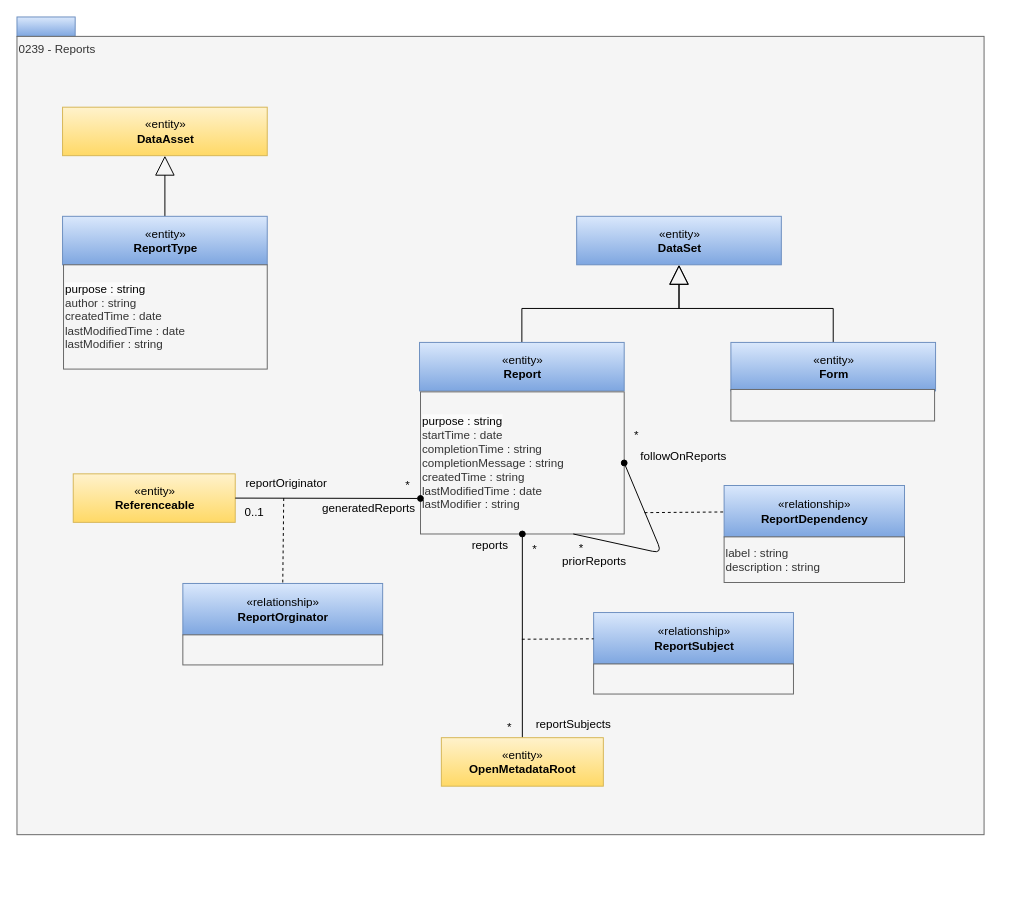
Before: page "0239-Reports" (20 of 25) of site/docs/types/2/area-2-assets.drawio in odpi/egeria-docs, a draw.io diagram. Source tidied: cells renumbered, new cells numbered last; positions are measured from the earlier drawing's top-left corner, leaving out a move shared by most shapes. Both pictures are drawn from the tidied source at 97%, with x=0, y=0 at pixel (16, 16).
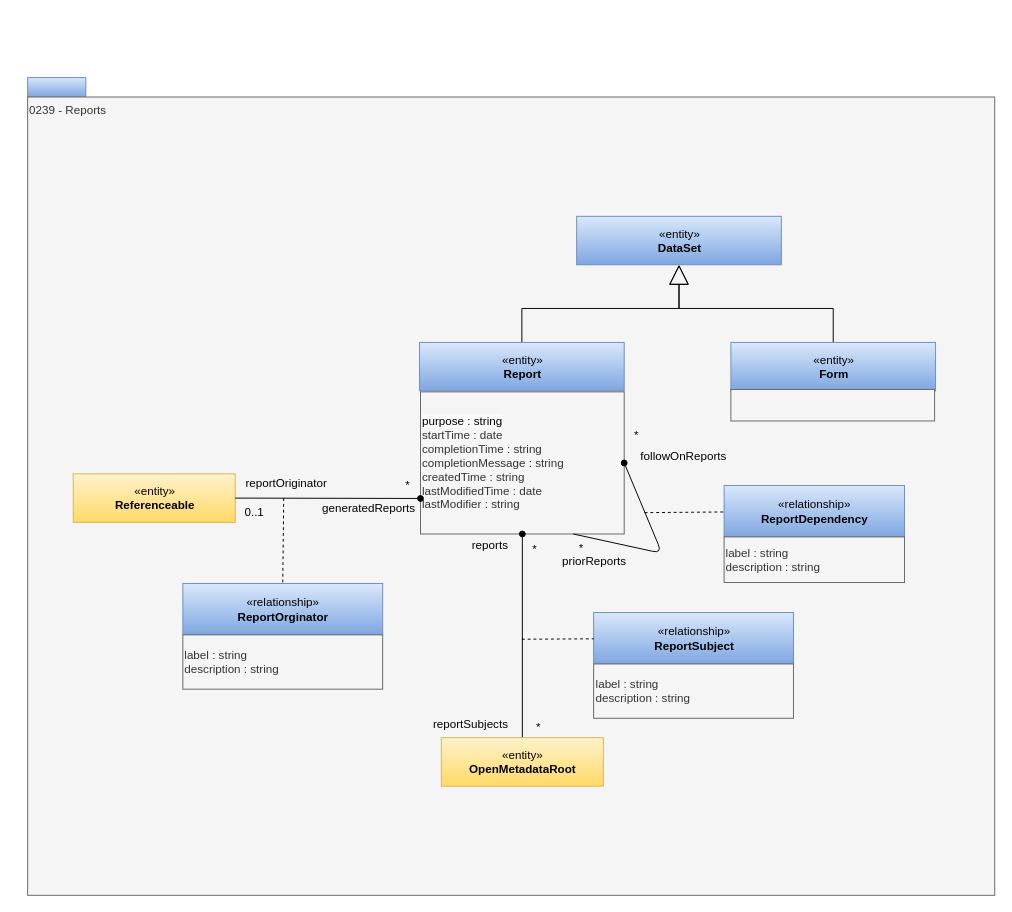
The same diagram, later.

The edit, as a diff of the source:
```diff
@@
     <mxCell id="2" style="rounded=0;whiteSpace=wrap;html=1;align=left;fillColor=#dae8fc;strokeColor=#6c8ebf;gradientColor=#7ea6e0;" parent="1" vertex="1">
-      <mxGeometry width="60" height="20" as="geometry" />
+      <mxGeometry x="11" y="62.5" width="60" height="20" as="geometry" />
     </mxCell>
     <mxCell id="3" value="0239 - Reports" style="rounded=0;whiteSpace=wrap;html=1;align=left;verticalAlign=top;fillColor=#f5f5f5;fontColor=#333333;strokeColor=#666666;" parent="1" vertex="1">
-      <mxGeometry y="20" width="997" height="823" as="geometry" />
+      <mxGeometry x="11" y="82.5" width="997" height="823" as="geometry" />
     </mxCell>
@@
-    <mxCell id="11" style="edgeStyle=orthogonalEdgeStyle;rounded=0;jettySize=auto;html=1;exitX=0.5;exitY=0;exitDx=0;exitDy=0;strokeWidth=1;endArrow=block;endFill=0;endSize=18;" parent="1" edge="1" source="12" target="14">
-      <mxGeometry relative="1" as="geometry" />
-    </mxCell>
-    <mxCell id="12" value="«entity»&lt;br&gt;&lt;b&gt;ReportType&lt;/b&gt;" style="html=1;strokeColor=#6c8ebf;align=center;fillColor=#dae8fc;gradientColor=#7ea6e0;" parent="1" vertex="1">
-      <mxGeometry x="47" y="205.5" width="211" height="50" as="geometry" />
-    </mxCell>
-    <mxCell id="13" value="&lt;div&gt;&lt;span style=&quot;color: rgb(0, 0, 0); background-color: rgb(251, 251, 251);&quot;&gt;purpose : string&lt;/span&gt;&lt;br style=&quot;color: rgb(0, 0, 0);&quot;&gt;author : string&lt;br&gt;createdTime : date&lt;br&gt;lastModifiedTime : date&lt;br&gt;lastModifier : string&lt;/div&gt;" style="rounded=0;whiteSpace=wrap;html=1;strokeColor=#666666;align=left;fillColor=#f5f5f5;fontColor=#333333;" parent="1" vertex="1">
-      <mxGeometry x="48" y="255.5" width="210" height="107.5" as="geometry" />
-    </mxCell>
-    <mxCell id="14" value="«entity»&lt;br&gt;&lt;b&gt;DataAsset&lt;/b&gt;" style="html=1;strokeColor=#d6b656;align=center;fillColor=#fff2cc;gradientColor=#ffd966;" parent="1" vertex="1">
-      <mxGeometry x="47" y="93" width="211" height="50" as="geometry" />
-    </mxCell>
@@
     <mxCell id="18" value="*" style="text;html=1;strokeColor=none;fillColor=none;align=center;verticalAlign=middle;whiteSpace=wrap;rounded=0;" parent="1" vertex="1">
-      <mxGeometry x="495" y="723" width="25.5" height="20" as="geometry" />
+      <mxGeometry x="524.5" y="723" width="25.5" height="20" as="geometry" />
     </mxCell>
@@
-    <mxCell id="20" style="rounded=0;whiteSpace=wrap;html=1;strokeColor=#666666;align=center;fillColor=#f5f5f5;fontColor=#333333;" parent="1" vertex="1">
-      <mxGeometry x="171" y="637" width="206" height="31" as="geometry" />
+    <mxCell id="20" value="label : string&lt;div&gt;description : string&lt;/div&gt;" style="rounded=0;whiteSpace=wrap;html=1;strokeColor=#666666;align=left;fillColor=#f5f5f5;fontColor=#333333;" parent="1" vertex="1">
+      <mxGeometry x="171" y="637" width="206" height="56" as="geometry" />
     </mxCell>
@@
     <mxCell id="24" value="reportSubjects" style="text;html=1;strokeColor=none;fillColor=none;align=center;verticalAlign=middle;whiteSpace=wrap;rounded=0;" parent="1" vertex="1">
-      <mxGeometry x="520.5" y="719" width="105.5" height="20" as="geometry" />
+      <mxGeometry x="415" y="719" width="105.5" height="20" as="geometry" />
     </mxCell>
@@
-    <mxCell id="27" style="rounded=0;whiteSpace=wrap;html=1;strokeColor=#666666;align=center;fillColor=#f5f5f5;fontColor=#333333;" parent="1" vertex="1">
-      <mxGeometry x="594.5" y="667" width="206" height="31" as="geometry" />
-    </mxCell>
@@
+    <mxCell id="41" value="label : string&lt;div&gt;description : string&lt;/div&gt;" style="rounded=0;whiteSpace=wrap;html=1;strokeColor=#666666;align=left;fillColor=#f5f5f5;fontColor=#333333;" parent="1" vertex="1">
+      <mxGeometry x="594.5" y="667" width="206" height="56" as="geometry" />
+    </mxCell>
```
